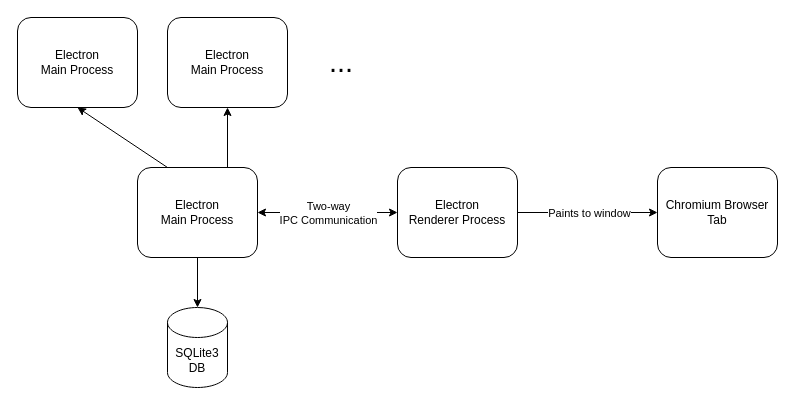
Above: docs/Architecture-Deep-Dive-Technical.drawio in UMass-Rescue/RescueBox-Desktop (draw.io), before the change. Source tidied: cells renumbered, new cells numbered last; positions are measured from the earlier drawing's top-left corner, leaving out a move shared by most shapes. Both pictures are drawn from the tidied source at 100%, with x=0, y=0 at pixel (17, 17).
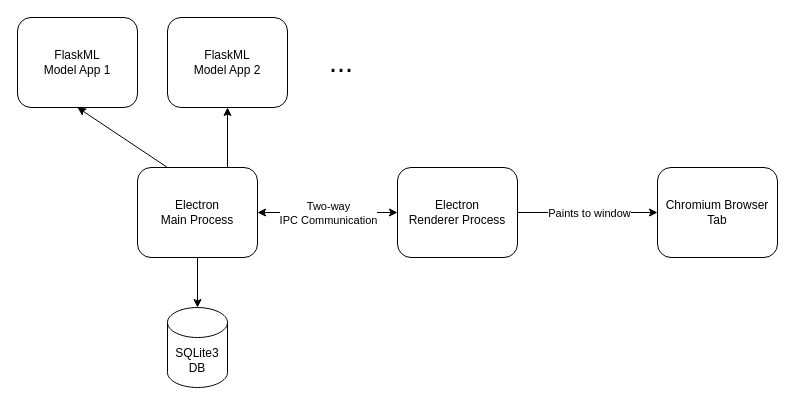
The same page after the edit.

The edit, as a diff of the source:
```diff
@@
 <mxGraphModel>
   <root>
     <mxCell id="0" />
     <mxCell id="1" parent="0" />
     <mxCell id="2" style="edgeStyle=orthogonalEdgeStyle;rounded=0;jettySize=auto;html=1;exitX=1;exitY=0.5;exitDx=0;exitDy=0;entryX=0;entryY=0.5;entryDx=0;entryDy=0;startArrow=classic;startFill=1;" parent="1" edge="1" source="6" target="9">
       <mxGeometry relative="1" as="geometry" />
     </mxCell>
     <mxCell id="3" value="Two-way&lt;div&gt;IPC Communication&lt;/div&gt;" style="edgeLabel;html=1;align=center;verticalAlign=middle;" parent="2" vertex="1">
       <mxGeometry x="-0.14" y="1" relative="1" as="geometry">
         <mxPoint x="10" y="1" as="offset" />
       </mxGeometry>
     </mxCell>
     <mxCell id="4" style="rounded=0;jettySize=auto;html=1;exitX=0.25;exitY=0;exitDx=0;exitDy=0;entryX=0.5;entryY=1;entryDx=0;entryDy=0;" parent="1" edge="1" source="6" target="13">
       <mxGeometry relative="1" as="geometry" />
     </mxCell>
     <mxCell id="5" style="edgeStyle=orthogonalEdgeStyle;rounded=0;jettySize=auto;html=1;exitX=0.75;exitY=0;exitDx=0;exitDy=0;entryX=0.5;entryY=1;entryDx=0;entryDy=0;" parent="1" edge="1" source="6" target="14">
       <mxGeometry relative="1" as="geometry" />
     </mxCell>
     <mxCell id="6" value="&lt;div&gt;Electron&lt;/div&gt;Main Process" style="rounded=1;whiteSpace=wrap;html=1;" parent="1" vertex="1">
       <mxGeometry x="120" y="150" width="120" height="90" as="geometry" />
     </mxCell>
     <mxCell id="7" style="edgeStyle=orthogonalEdgeStyle;rounded=0;jettySize=auto;html=1;exitX=1;exitY=0.5;exitDx=0;exitDy=0;entryX=0;entryY=0.5;entryDx=0;entryDy=0;" parent="1" edge="1" source="9" target="10">
       <mxGeometry relative="1" as="geometry" />
     </mxCell>
     <mxCell id="8" value="Paints to window" style="edgeLabel;html=1;align=center;verticalAlign=middle;" parent="7" vertex="1">
       <mxGeometry x="-0.23" y="-1" relative="1" as="geometry">
         <mxPoint x="17" y="-1" as="offset" />
       </mxGeometry>
     </mxCell>
     <mxCell id="9" value="&lt;div&gt;Electron&lt;/div&gt;Renderer Process" style="rounded=1;whiteSpace=wrap;html=1;" parent="1" vertex="1">
       <mxGeometry x="380" y="150" width="120" height="90" as="geometry" />
     </mxCell>
     <mxCell id="10" value="Chromium Browser Tab&lt;div&gt;&lt;/div&gt;" style="rounded=1;whiteSpace=wrap;html=1;" parent="1" vertex="1">
       <mxGeometry x="640" y="150" width="120" height="90" as="geometry" />
     </mxCell>
     <mxCell id="11" value="SQLite3&lt;div&gt;DB&lt;/div&gt;" style="shape=cylinder3;whiteSpace=wrap;html=1;boundedLbl=1;backgroundOutline=1;size=15;" parent="1" vertex="1">
       <mxGeometry x="150" y="290" width="60" height="80" as="geometry" />
     </mxCell>
     <mxCell id="12" style="edgeStyle=orthogonalEdgeStyle;rounded=0;jettySize=auto;html=1;exitX=0.5;exitY=1;exitDx=0;exitDy=0;entryX=0.5;entryY=0;entryDx=0;entryDy=0;entryPerimeter=0;" parent="1" edge="1" source="6" target="11">
       <mxGeometry relative="1" as="geometry" />
     </mxCell>
-    <mxCell id="13" value="&lt;div&gt;Electron&lt;/div&gt;Main Process" style="rounded=1;whiteSpace=wrap;html=1;" parent="1" vertex="1">
+    <mxCell id="13" value="FlaskML&lt;div&gt;&lt;/div&gt;&lt;div&gt;Model App 1&lt;/div&gt;" style="rounded=1;whiteSpace=wrap;html=1;" parent="1" vertex="1">
       <mxGeometry width="120" height="90" as="geometry" />
     </mxCell>
-    <mxCell id="14" value="&lt;div&gt;Electron&lt;/div&gt;Main Process" style="rounded=1;whiteSpace=wrap;html=1;" parent="1" vertex="1">
+    <mxCell id="14" value="FlaskML&lt;div&gt;&lt;/div&gt;&lt;div&gt;Model App 2&lt;/div&gt;&lt;div&gt;&lt;/div&gt;" style="rounded=1;whiteSpace=wrap;html=1;" parent="1" vertex="1">
       <mxGeometry x="150" width="120" height="90" as="geometry" />
     </mxCell>
     <mxCell id="15" value="..." style="text;html=1;align=left;verticalAlign=middle;strokeColor=none;fillColor=none;fontSize=29;" parent="1" vertex="1">
       <mxGeometry x="310" y="20" width="50" height="50" as="geometry" />
     </mxCell>
   </root>
 </mxGraphModel>
```
